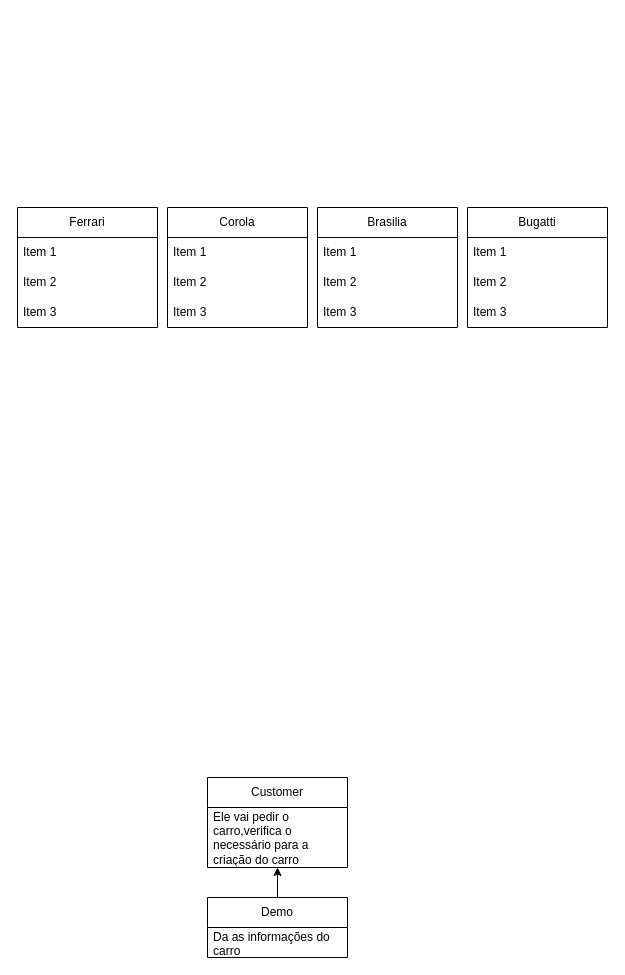
Before: Mod15/ExercicioCarFactory.drawio in Thoks10a/Tarefas-ebac-Nicholas, a draw.io diagram. Source tidied: cells renumbered, new cells numbered last; positions are measured from the earlier drawing's top-left corner, leaving out a move shared by most shapes. Both pictures are drawn from the tidied source at 100%, with x=0, y=0 at pixel (17, 207).
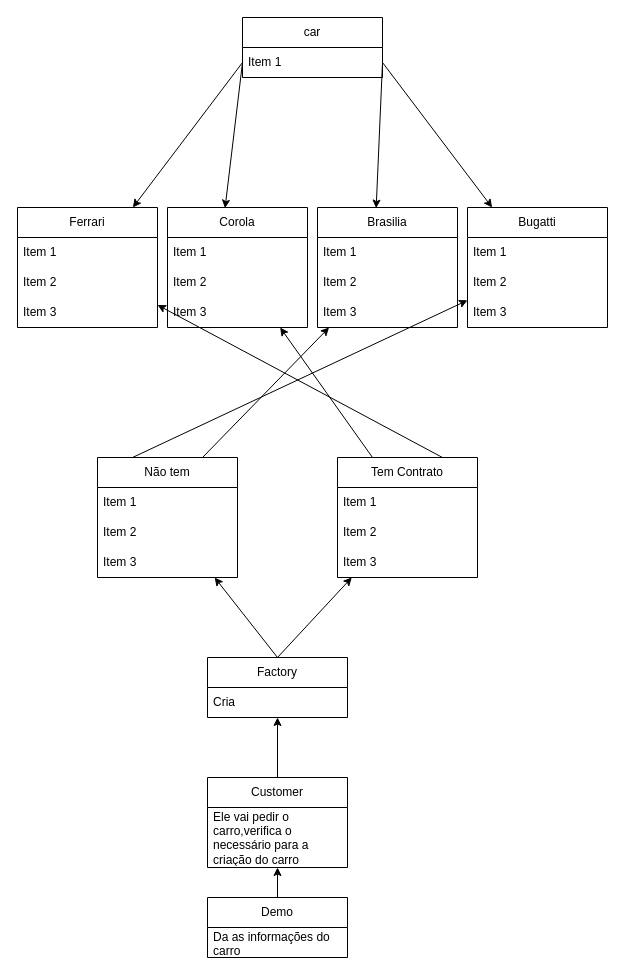
After the change.

Commit message:
Draw refresh

Unchanged cells that the change refers to:
```xml
<mxCell id="5" value="Customer" style="swimlane;fontStyle=0;horizontal=1;startSize=30;whiteSpace=wrap;html=1;" parent="1" vertex="1">
  <mxGeometry x="190" y="570" width="140" height="90" as="geometry" />
</mxCell>
<mxCell id="7" value="Ferrari" style="swimlane;fontStyle=0;horizontal=1;startSize=30;whiteSpace=wrap;html=1;" parent="1" vertex="1">
  <mxGeometry width="140" height="120" as="geometry" />
</mxCell>
<mxCell id="11" value="Corola" style="swimlane;fontStyle=0;horizontal=1;startSize=30;whiteSpace=wrap;html=1;" parent="1" vertex="1">
  <mxGeometry x="150" width="140" height="120" as="geometry" />
</mxCell>
<mxCell id="15" value="Brasilia" style="swimlane;fontStyle=0;horizontal=1;startSize=30;whiteSpace=wrap;html=1;" parent="1" vertex="1">
  <mxGeometry x="300" width="140" height="120" as="geometry" />
</mxCell>
<mxCell id="19" value="Bugatti" style="swimlane;fontStyle=0;horizontal=1;startSize=30;whiteSpace=wrap;html=1;" parent="1" vertex="1">
  <mxGeometry x="450" width="140" height="120" as="geometry" />
</mxCell>
```

What changed in the source:
```diff
@@
+    <mxCell id="23" style="edgeStyle=none;html=1;exitX=0.5;exitY=0;exitDx=0;exitDy=0;" parent="1" edge="1" source="5" target="26">
+      <mxGeometry relative="1" as="geometry" />
+    </mxCell>
@@
+    <mxCell id="24" style="edgeStyle=none;html=1;exitX=0.5;exitY=0;exitDx=0;exitDy=0;" parent="1" edge="1" source="26" target="30">
+      <mxGeometry relative="1" as="geometry" />
+    </mxCell>
+    <mxCell id="25" style="edgeStyle=none;html=1;exitX=0.5;exitY=0;exitDx=0;exitDy=0;" parent="1" edge="1" source="26" target="36">
+      <mxGeometry relative="1" as="geometry" />
+    </mxCell>
+    <mxCell id="26" value="Factory" style="swimlane;fontStyle=0;horizontal=1;startSize=30;whiteSpace=wrap;html=1;" parent="1" vertex="1">
+      <mxGeometry x="190" y="450" width="140" height="60" as="geometry" />
+    </mxCell>
+    <mxCell id="27" value="Cria" style="text;strokeColor=none;fillColor=none;align=left;verticalAlign=middle;spacingLeft=4;spacingRight=4;overflow=hidden;whiteSpace=wrap;html=1;" parent="26" vertex="1">
+      <mxGeometry y="30" width="140" height="30" as="geometry" />
+    </mxCell>
+    <mxCell id="28" style="edgeStyle=none;html=1;exitX=0.75;exitY=0;exitDx=0;exitDy=0;" parent="1" edge="1" source="30" target="15">
+      <mxGeometry relative="1" as="geometry" />
+    </mxCell>
+    <mxCell id="29" style="edgeStyle=none;html=1;exitX=0.25;exitY=0;exitDx=0;exitDy=0;" parent="1" edge="1" source="30" target="19">
+      <mxGeometry relative="1" as="geometry" />
+    </mxCell>
+    <mxCell id="30" value="Não tem" style="swimlane;fontStyle=0;horizontal=1;startSize=30;whiteSpace=wrap;html=1;" parent="1" vertex="1">
+      <mxGeometry x="80" y="250" width="140" height="120" as="geometry" />
+    </mxCell>
+    <mxCell id="31" value="Item 1" style="text;strokeColor=none;fillColor=none;align=left;verticalAlign=middle;spacingLeft=4;spacingRight=4;overflow=hidden;whiteSpace=wrap;html=1;" parent="30" vertex="1">
+      <mxGeometry y="30" width="140" height="30" as="geometry" />
+    </mxCell>
+    <mxCell id="32" value="Item 2" style="text;strokeColor=none;fillColor=none;align=left;verticalAlign=middle;spacingLeft=4;spacingRight=4;overflow=hidden;whiteSpace=wrap;html=1;" parent="30" vertex="1">
+      <mxGeometry y="60" width="140" height="30" as="geometry" />
+    </mxCell>
+    <mxCell id="33" value="Item 3" style="text;strokeColor=none;fillColor=none;align=left;verticalAlign=middle;spacingLeft=4;spacingRight=4;overflow=hidden;whiteSpace=wrap;html=1;" parent="30" vertex="1">
+      <mxGeometry y="90" width="140" height="30" as="geometry" />
+    </mxCell>
+    <mxCell id="34" style="edgeStyle=none;html=1;exitX=0.25;exitY=0;exitDx=0;exitDy=0;" parent="1" edge="1" source="36" target="11">
+      <mxGeometry relative="1" as="geometry" />
+    </mxCell>
+    <mxCell id="35" style="edgeStyle=none;html=1;exitX=0.75;exitY=0;exitDx=0;exitDy=0;" parent="1" edge="1" source="36" target="7">
+      <mxGeometry relative="1" as="geometry" />
+    </mxCell>
+    <mxCell id="36" value="Tem Contrato" style="swimlane;fontStyle=0;horizontal=1;startSize=30;whiteSpace=wrap;html=1;" parent="1" vertex="1">
+      <mxGeometry x="320" y="250" width="140" height="120" as="geometry" />
+    </mxCell>
+    <mxCell id="37" value="Item 1" style="text;strokeColor=none;fillColor=none;align=left;verticalAlign=middle;spacingLeft=4;spacingRight=4;overflow=hidden;whiteSpace=wrap;html=1;" parent="36" vertex="1">
+      <mxGeometry y="30" width="140" height="30" as="geometry" />
+    </mxCell>
+    <mxCell id="38" value="Item 2" style="text;strokeColor=none;fillColor=none;align=left;verticalAlign=middle;spacingLeft=4;spacingRight=4;overflow=hidden;whiteSpace=wrap;html=1;" parent="36" vertex="1">
+      <mxGeometry y="60" width="140" height="30" as="geometry" />
+    </mxCell>
+    <mxCell id="39" value="Item 3" style="text;strokeColor=none;fillColor=none;align=left;verticalAlign=middle;spacingLeft=4;spacingRight=4;overflow=hidden;whiteSpace=wrap;html=1;" parent="36" vertex="1">
+      <mxGeometry y="90" width="140" height="30" as="geometry" />
+    </mxCell>
+    <mxCell id="40" value="car" style="swimlane;fontStyle=0;horizontal=1;startSize=30;whiteSpace=wrap;html=1;" parent="1" vertex="1">
+      <mxGeometry x="225" y="-190" width="140" height="60" as="geometry" />
+    </mxCell>
+    <mxCell id="41" value="Item 1" style="text;strokeColor=none;fillColor=none;align=left;verticalAlign=middle;spacingLeft=4;spacingRight=4;overflow=hidden;points=[[0,0.5],[1,0.5]];portConstraint=eastwest;whiteSpace=wrap;html=1;" parent="40" vertex="1">
+      <mxGeometry y="30" width="140" height="30" as="geometry" />
+    </mxCell>
+    <mxCell id="42" style="edgeStyle=none;html=1;exitX=0;exitY=0.5;exitDx=0;exitDy=0;" parent="1" edge="1" source="41" target="7">
+      <mxGeometry relative="1" as="geometry" />
+    </mxCell>
+    <mxCell id="43" style="edgeStyle=none;html=1;exitX=0;exitY=0.5;exitDx=0;exitDy=0;entryX=0.411;entryY=0.005;entryDx=0;entryDy=0;entryPerimeter=0;" parent="1" edge="1" source="41" target="11">
+      <mxGeometry relative="1" as="geometry" />
+    </mxCell>
+    <mxCell id="44" style="edgeStyle=none;html=1;exitX=1;exitY=0.5;exitDx=0;exitDy=0;entryX=0.419;entryY=0.005;entryDx=0;entryDy=0;entryPerimeter=0;" parent="1" edge="1" source="41" target="15">
+      <mxGeometry relative="1" as="geometry" />
+    </mxCell>
+    <mxCell id="45" style="edgeStyle=none;html=1;exitX=1;exitY=0.5;exitDx=0;exitDy=0;" parent="1" edge="1" source="41" target="19">
+      <mxGeometry relative="1" as="geometry" />
+    </mxCell>
```
